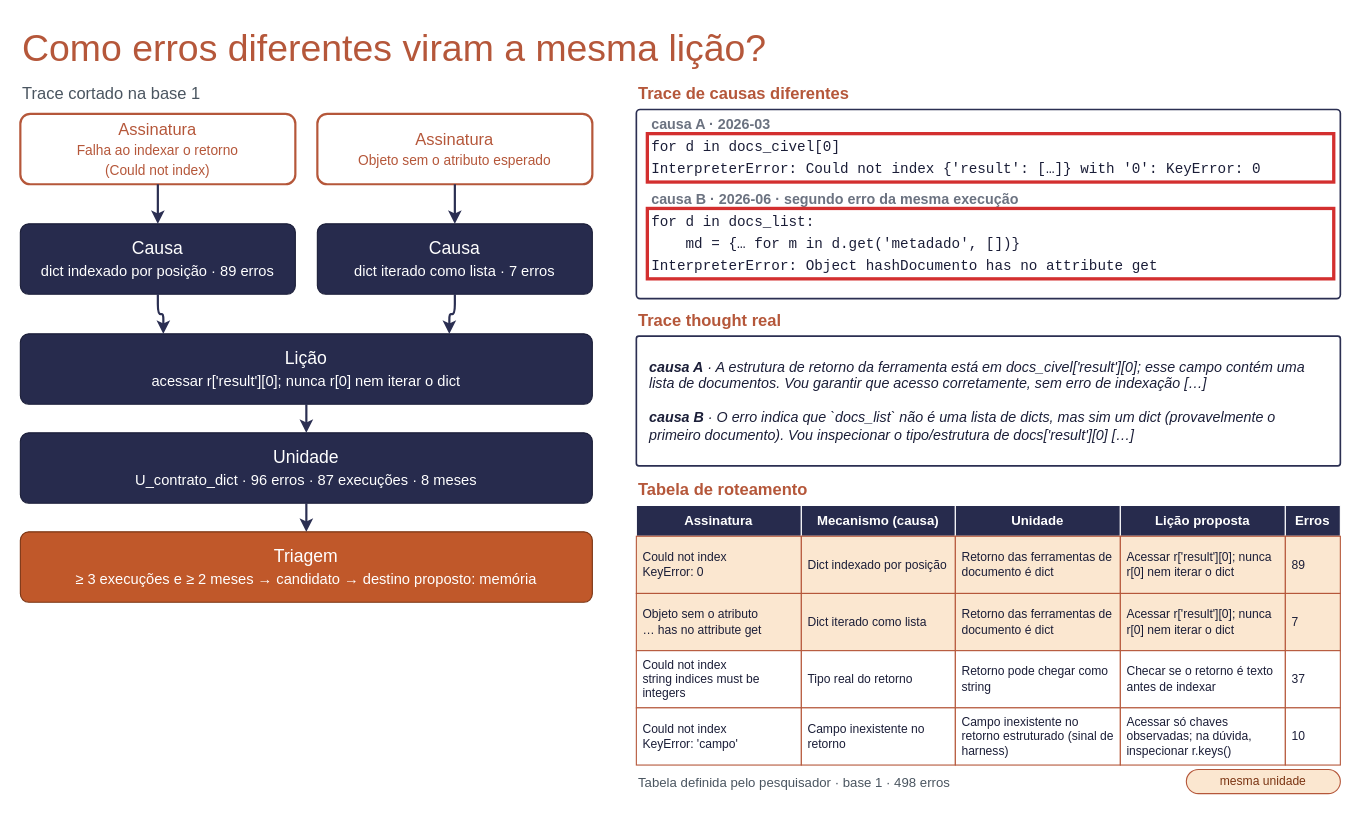
rc-ventura/memory_layer_ai_agents keeps this draw.io diagram as docs/sources/draw.io/como_erros_viram_licao.drawio. Above is the earlier version. Source tidied: cells renumbered, new cells numbered last; positions are measured from the earlier drawing's top-left corner, leaving out a move shared by most shapes. Both pictures are drawn from the tidied source at 110%, with x=0, y=0 at pixel (20, 19).
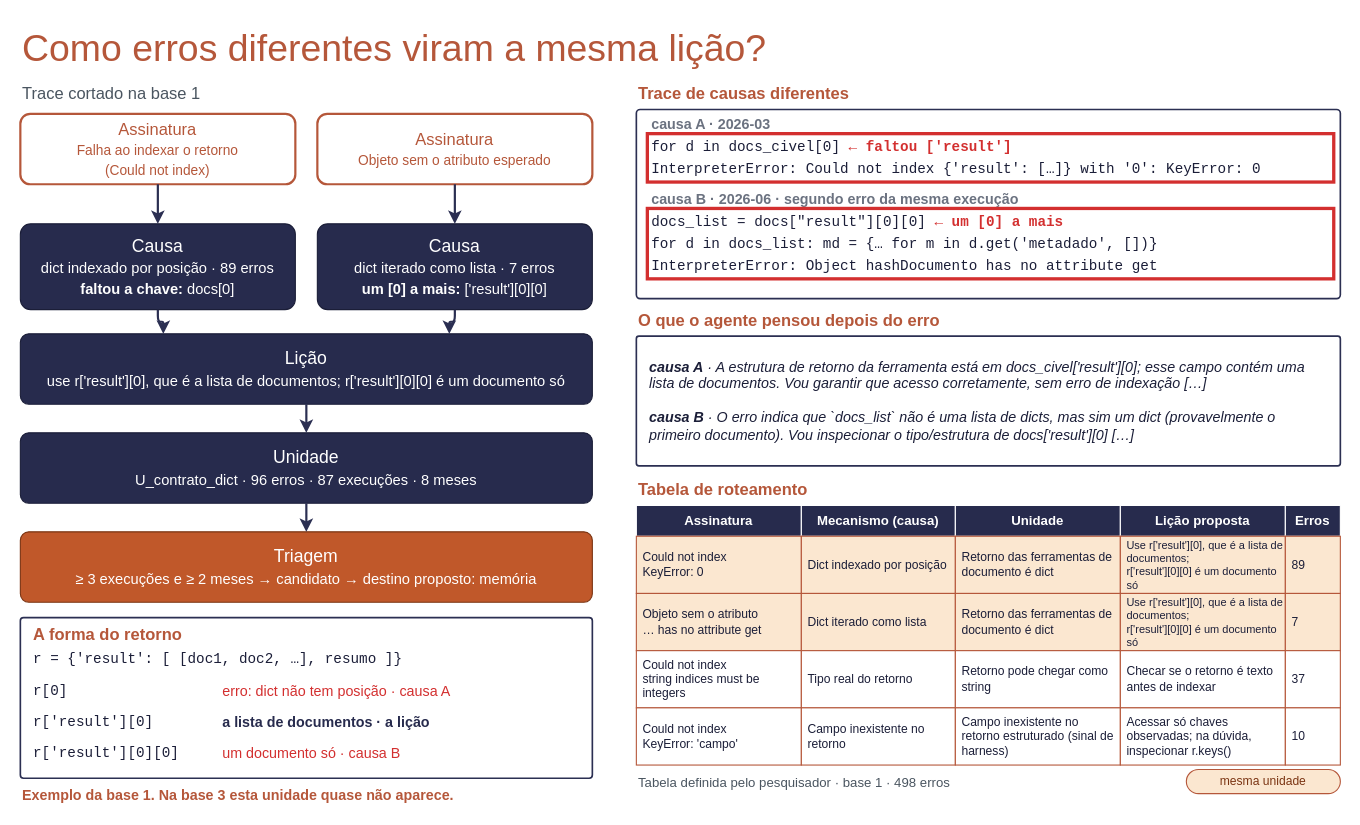
Above is the later version.

What changed in the source:
```diff
@@
-    <mxCell id="6" value="Causa&lt;br&gt;&lt;small&gt;dict indexado por posição · 89 erros&lt;/small&gt;" style="rounded=1;arcSize=12;whiteSpace=wrap;html=1;fillColor=#272B4D;strokeColor=#1B1E38;fontColor=#FFFFFF;fontSize=16;" parent="1" vertex="1">
-      <mxGeometry y="186" width="250" height="64" as="geometry" />
+    <mxCell id="6" value="Causa&lt;br&gt;&lt;small&gt;dict indexado por posição · 89 erros&lt;/small&gt;&lt;br&gt;&lt;small&gt;&lt;b&gt;faltou a chave:&lt;/b&gt; docs[0]&lt;/small&gt;" style="rounded=1;arcSize=12;whiteSpace=wrap;html=1;fillColor=#272B4D;strokeColor=#1B1E38;fontColor=#FFFFFF;fontSize=16;" parent="1" vertex="1">
+      <mxGeometry y="186" width="250" height="78" as="geometry" />
     </mxCell>
-    <mxCell id="7" value="Causa&lt;br&gt;&lt;small&gt;dict iterado como lista · 7 erros&lt;/small&gt;" style="rounded=1;arcSize=12;whiteSpace=wrap;html=1;fillColor=#272B4D;strokeColor=#1B1E38;fontColor=#FFFFFF;fontSize=16;" parent="1" vertex="1">
-      <mxGeometry x="270" y="186" width="250" height="64" as="geometry" />
+    <mxCell id="7" value="Causa&lt;br&gt;&lt;small&gt;dict iterado como lista · 7 erros&lt;/small&gt;&lt;br&gt;&lt;small&gt;&lt;b&gt;um [0] a mais:&lt;/b&gt; ['result'][0][0]&lt;/small&gt;" style="rounded=1;arcSize=12;whiteSpace=wrap;html=1;fillColor=#272B4D;strokeColor=#1B1E38;fontColor=#FFFFFF;fontSize=16;" parent="1" vertex="1">
+      <mxGeometry x="270" y="186" width="250" height="78" as="geometry" />
     </mxCell>
-    <mxCell id="8" value="Lição&lt;br&gt;&lt;small&gt;acessar r['result'][0]; nunca r[0] nem iterar o dict&lt;/small&gt;" style="rounded=1;arcSize=12;whiteSpace=wrap;html=1;fillColor=#272B4D;strokeColor=#1B1E38;fontColor=#FFFFFF;fontSize=16;" parent="1" vertex="1">
+    <mxCell id="8" value="Lição&lt;br&gt;&lt;small&gt;use r['result'][0], que é a lista de documentos; r['result'][0][0] é um documento só&lt;/small&gt;" style="rounded=1;arcSize=12;whiteSpace=wrap;html=1;fillColor=#272B4D;strokeColor=#1B1E38;fontColor=#FFFFFF;fontSize=16;" parent="1" vertex="1">
       <mxGeometry y="286" width="520" height="64" as="geometry" />
     </mxCell>
@@
-    <mxCell id="20" value="for d in docs_civel[0]" style="text;html=1;align=left;verticalAlign=middle;whiteSpace=nowrap;fontFamily=Courier New;fontSize=13;fontColor=#1B1E38;" parent="1" vertex="1">
+    <mxCell id="20" value="for d in docs_civel[0]   &lt;font color='#D32F2F'&gt;&lt;b&gt;← faltou ['result']&lt;/b&gt;&lt;/font&gt;" style="text;html=1;align=left;verticalAlign=middle;whiteSpace=nowrap;fontFamily=Courier New;fontSize=13;fontColor=#1B1E38;" parent="1" vertex="1">
       <mxGeometry x="572" y="106" width="620" height="20" as="geometry" />
     </mxCell>
@@
-    <mxCell id="23" value="for d in docs_list:" style="text;html=1;align=left;verticalAlign=middle;whiteSpace=nowrap;fontFamily=Courier New;fontSize=13;fontColor=#1B1E38;" parent="1" vertex="1">
+    <mxCell id="23" value="docs_list = docs[&quot;result&quot;][0][0]   &lt;font color='#D32F2F'&gt;&lt;b&gt;← um [0] a mais&lt;/b&gt;&lt;/font&gt;" style="text;html=1;align=left;verticalAlign=middle;whiteSpace=nowrap;fontFamily=Courier New;fontSize=13;fontColor=#1B1E38;" parent="1" vertex="1">
       <mxGeometry x="572" y="174" width="620" height="20" as="geometry" />
     </mxCell>
-    <mxCell id="24" value="    md = {… for m in d.get('metadado', [])}" style="text;html=1;align=left;verticalAlign=middle;whiteSpace=nowrap;fontFamily=Courier New;fontSize=13;fontColor=#1B1E38;" parent="1" vertex="1">
+    <mxCell id="24" value="for d in docs_list:  md = {… for m in d.get('metadado', [])}" style="text;html=1;align=left;verticalAlign=middle;whiteSpace=nowrap;fontFamily=Courier New;fontSize=13;fontColor=#1B1E38;" parent="1" vertex="1">
       <mxGeometry x="572" y="194" width="620" height="20" as="geometry" />
     </mxCell>
@@
-    <mxCell id="28" value="Trace thought real" style="text;html=1;verticalAlign=middle;fontColor=#B5573A;align=left;fontSize=15;fontStyle=1;" parent="1" vertex="1">
+    <mxCell id="28" value="O que o agente pensou depois do erro" style="text;html=1;verticalAlign=middle;fontColor=#B5573A;align=left;fontSize=15;fontStyle=1;" parent="1" vertex="1">
       <mxGeometry x="560" y="262" width="400" height="22" as="geometry" />
     </mxCell>
@@
-    <mxCell id="39" value="Acessar r['result'][0]; nunca r[0] nem iterar o dict" style="rounded=0;whiteSpace=wrap;html=1;fillColor=#FBE7D0;strokeColor=#B5573A;fontColor=#1B1E38;fontSize=11;align=left;spacingLeft=4;" parent="1" vertex="1">
+    <mxCell id="39" value="Use r['result'][0], que é a lista de documentos;&lt;br&gt;r['result'][0][0] é um documento só" style="rounded=0;whiteSpace=wrap;html=1;fillColor=#FBE7D0;strokeColor=#B5573A;fontColor=#1B1E38;fontSize=10;align=left;spacingLeft=4;" parent="1" vertex="1">
       <mxGeometry x="1000" y="470" width="150" height="52" as="geometry" />
     </mxCell>
@@
-    <mxCell id="44" value="Acessar r['result'][0]; nunca r[0] nem iterar o dict" style="rounded=0;whiteSpace=wrap;html=1;fillColor=#FBE7D0;strokeColor=#B5573A;fontColor=#1B1E38;fontSize=11;align=left;spacingLeft=4;" parent="1" vertex="1">
+    <mxCell id="44" value="Use r['result'][0], que é a lista de documentos;&lt;br&gt;r['result'][0][0] é um documento só" style="rounded=0;whiteSpace=wrap;html=1;fillColor=#FBE7D0;strokeColor=#B5573A;fontColor=#1B1E38;fontSize=10;align=left;spacingLeft=4;" parent="1" vertex="1">
       <mxGeometry x="1000" y="522" width="150" height="52" as="geometry" />
     </mxCell>
@@
+    <mxCell id="58" style="rounded=1;arcSize=2;whiteSpace=wrap;html=1;fillColor=#FFFFFF;strokeColor=#2B2F52;strokeWidth=1.5;" parent="1" vertex="1">
+      <mxGeometry y="544" width="520" height="146" as="geometry" />
+    </mxCell>
+    <mxCell id="59" value="A forma do retorno" style="text;html=1;verticalAlign=middle;fontColor=#B5573A;align=left;fontSize=15;fontStyle=1;" parent="1" vertex="1">
+      <mxGeometry x="10" y="548" width="400" height="22" as="geometry" />
+    </mxCell>
+    <mxCell id="60" value="r = {'result': [ [doc1, doc2, …], resumo ]}" style="text;html=1;align=left;verticalAlign=middle;whiteSpace=nowrap;fontFamily=Courier New;fontSize=13;fontColor=#1B1E38;" parent="1" vertex="1">
+      <mxGeometry x="10" y="572" width="500" height="20" as="geometry" />
+    </mxCell>
+    <mxCell id="61" value="r[0]" style="text;html=1;align=left;verticalAlign=middle;whiteSpace=nowrap;fontFamily=Courier New;fontSize=13;fontColor=#1B1E38;" parent="1" vertex="1">
+      <mxGeometry x="10" y="600" width="170" height="22" as="geometry" />
+    </mxCell>
+    <mxCell id="62" value="erro: dict não tem posição · causa A" style="text;html=1;align=left;verticalAlign=middle;whiteSpace=nowrap;fontSize=13;fontColor=#D32F2F;" parent="1" vertex="1">
+      <mxGeometry x="182" y="600" width="330" height="22" as="geometry" />
+    </mxCell>
+    <mxCell id="63" value="r['result'][0]" style="text;html=1;align=left;verticalAlign=middle;whiteSpace=nowrap;fontFamily=Courier New;fontSize=13;fontColor=#1B1E38;" parent="1" vertex="1">
+      <mxGeometry x="10" y="628" width="170" height="22" as="geometry" />
+    </mxCell>
+    <mxCell id="64" value="a lista de documentos · a lição" style="text;html=1;align=left;verticalAlign=middle;whiteSpace=nowrap;fontSize=13;fontColor=#272B4D;fontStyle=1;" parent="1" vertex="1">
+      <mxGeometry x="182" y="628" width="330" height="22" as="geometry" />
+    </mxCell>
+    <mxCell id="65" value="r['result'][0][0]" style="text;html=1;align=left;verticalAlign=middle;whiteSpace=nowrap;fontFamily=Courier New;fontSize=13;fontColor=#1B1E38;" parent="1" vertex="1">
+      <mxGeometry x="10" y="656" width="170" height="22" as="geometry" />
+    </mxCell>
+    <mxCell id="66" value="um documento só · causa B" style="text;html=1;align=left;verticalAlign=middle;whiteSpace=nowrap;fontSize=13;fontColor=#D32F2F;" parent="1" vertex="1">
+      <mxGeometry x="182" y="656" width="330" height="22" as="geometry" />
+    </mxCell>
+    <mxCell id="67" value="Exemplo da base 1. Na base 3 esta unidade quase não aparece." style="text;html=1;verticalAlign=middle;align=left;fontSize=13;fontStyle=1;fontColor=#B5573A;" parent="1" vertex="1">
+      <mxGeometry y="694" width="540" height="22" as="geometry" />
+    </mxCell>
```
